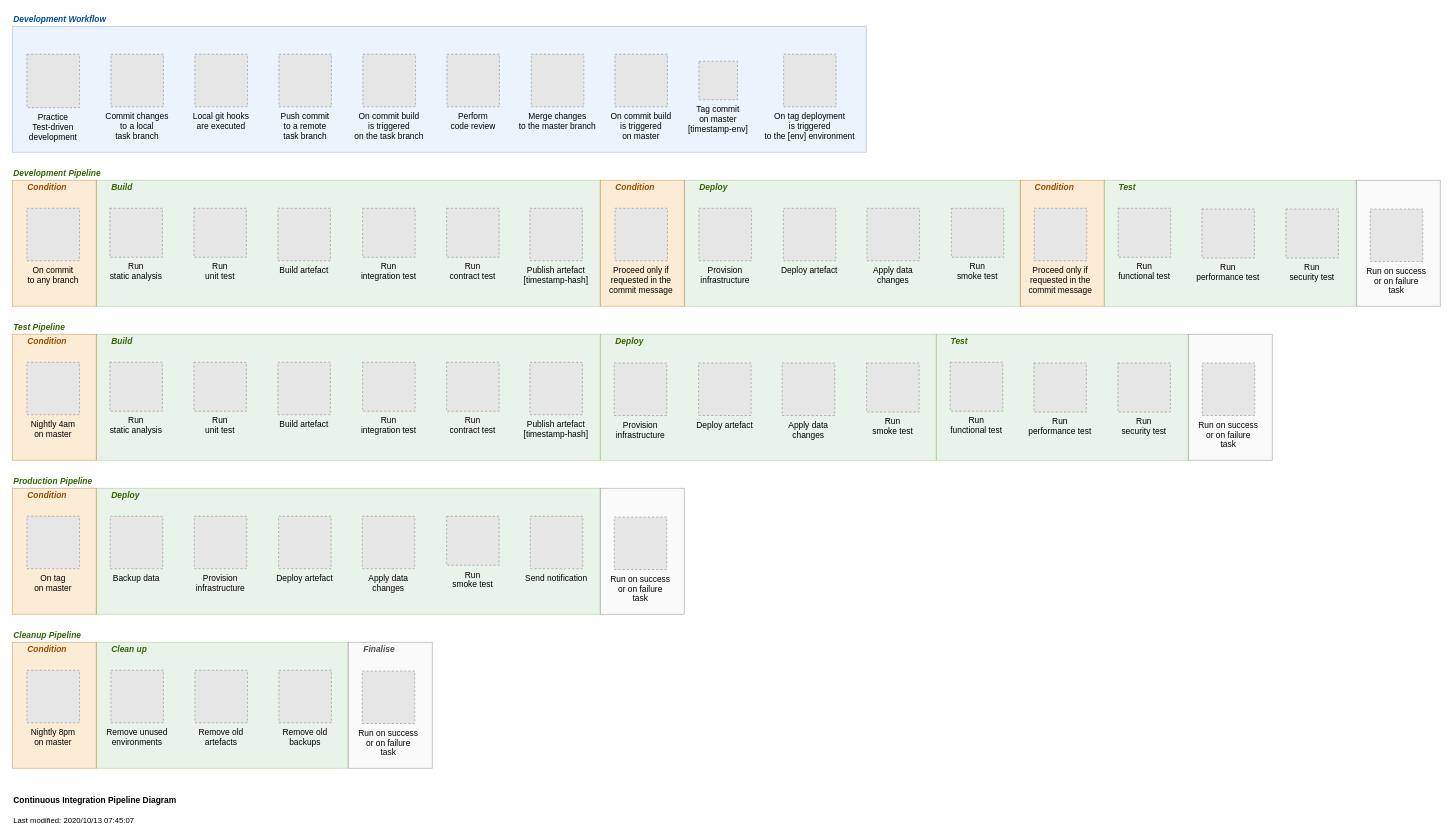
The draw.io diagram page "Pipelines" (1 of 2) of documentation/DevOps.drawio in nhs-england-tools/make-devops, before the edit. Source tidied: cells renumbered, new cells numbered last; positions are measured from the earlier drawing's top-left corner, leaving out a move shared by most shapes. Both pictures are drawn from the tidied source at 70%, with x=0, y=0 at pixel (12, 12). Pictures stored in the file or linked from it are replaced by grey dashed boxes.
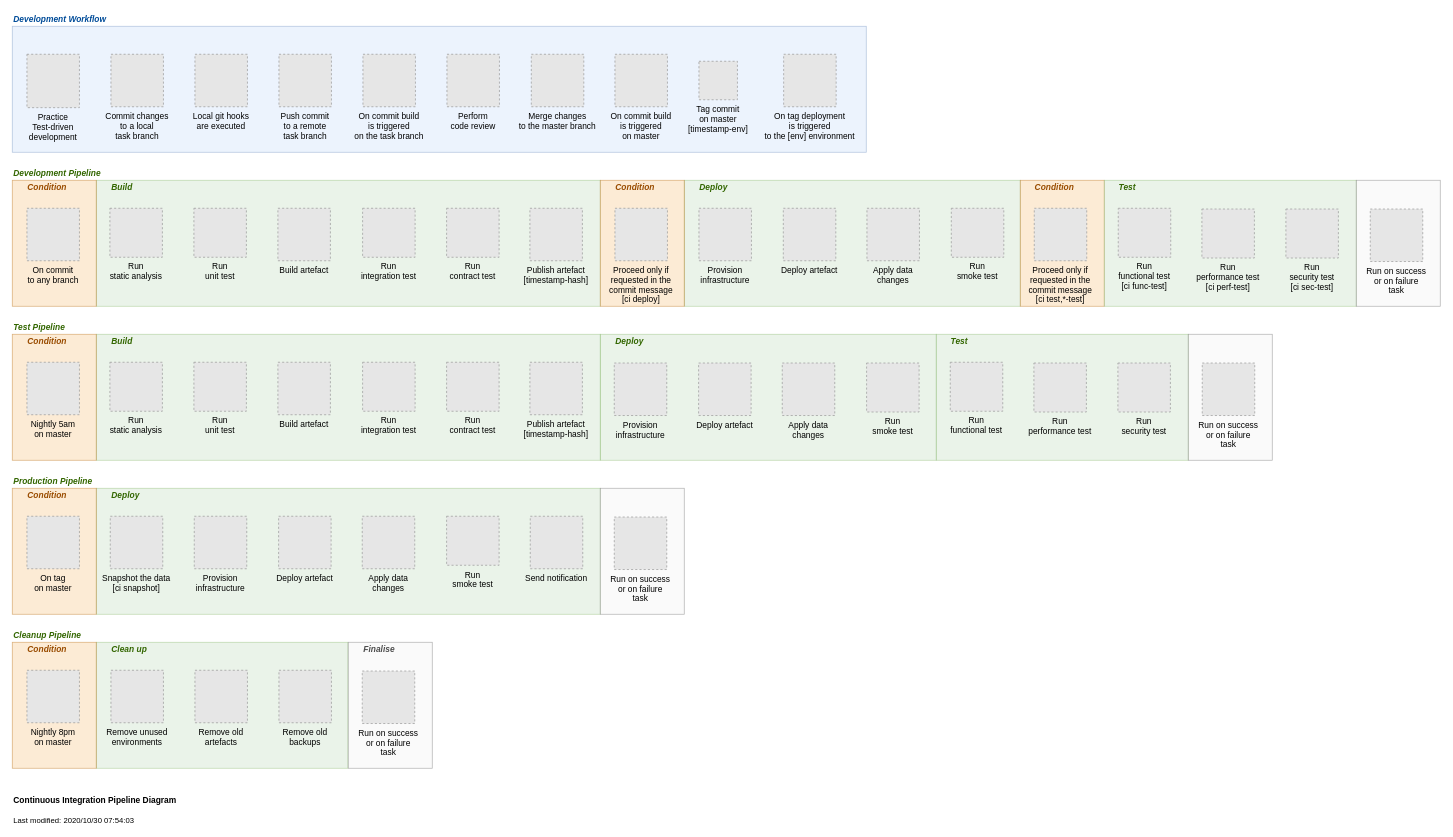
The same diagram, later.

Commit message (it also covers changes not shown here):
Move default test pipeline to 5am

Change to the diagram source:
```diff
@@
-    <mxCell id="22" value="Backup data" style="fillColor=#E6E6E6;strokeColor=#999999;dashed=1;verticalLabelPosition=bottom;labelBackgroundColor=none;verticalAlign=top;" parent="1" vertex="1">
+    <mxCell id="22" value="Snapshot the data&#10;[ci snapshot]" style="fillColor=#E6E6E6;strokeColor=#999999;dashed=1;verticalLabelPosition=bottom;labelBackgroundColor=none;verticalAlign=top;" parent="1" vertex="1">
       <mxGeometry x="140" y="720" width="75" height="75" as="geometry" />
     </mxCell>
@@
-    <mxCell id="37" value="Proceed only if&#10;requested in the&#10;commit message" style="fillColor=#E6E6E6;strokeColor=#999999;dashed=1;verticalLabelPosition=bottom;verticalAlign=top;" parent="1" vertex="1">
+    <mxCell id="37" value="Proceed only if&#10;requested in the&#10;commit message&#10;[ci deploy]" style="fillColor=#E6E6E6;strokeColor=#999999;dashed=1;verticalLabelPosition=bottom;verticalAlign=top;" parent="1" vertex="1">
       <mxGeometry x="861" y="280" width="75" height="75" as="geometry" />
     </mxCell>
@@
-    <mxCell id="40" value="Proceed only if&#10;requested in the&#10;commit message" style="fillColor=#E6E6E6;strokeColor=#999999;dashed=1;verticalLabelPosition=bottom;verticalAlign=top;" parent="1" vertex="1">
+    <mxCell id="40" value="Proceed only if&#10;requested in the&#10;commit message&#10;[ci test,*-test]" style="fillColor=#E6E6E6;strokeColor=#999999;dashed=1;verticalLabelPosition=bottom;verticalAlign=top;" parent="1" vertex="1">
       <mxGeometry x="1460" y="280" width="75" height="75" as="geometry" />
     </mxCell>
@@
-    <mxCell id="42" value="Run&#10;functional test" style="fillColor=#E6E6E6;strokeColor=#999999;dashed=1;verticalLabelPosition=bottom;labelBackgroundColor=none;verticalAlign=top;" parent="1" vertex="1">
+    <mxCell id="42" value="Run&#10;functional test&#10;[ci func-test]" style="fillColor=#E6E6E6;strokeColor=#999999;dashed=1;verticalLabelPosition=bottom;labelBackgroundColor=none;verticalAlign=top;" parent="1" vertex="1">
       <mxGeometry x="1580" y="280" width="75" height="70" as="geometry" />
     </mxCell>
-    <mxCell id="43" value="Run&#10;performance test" style="fillColor=#E6E6E6;strokeColor=#999999;dashed=1;verticalLabelPosition=bottom;labelBackgroundColor=none;verticalAlign=top;" parent="1" vertex="1">
+    <mxCell id="43" value="Run&#10;performance test&#10;[ci perf-test]" style="fillColor=#E6E6E6;strokeColor=#999999;dashed=1;verticalLabelPosition=bottom;labelBackgroundColor=none;verticalAlign=top;" parent="1" vertex="1">
       <mxGeometry x="1699.5" y="281.1" width="75" height="70" as="geometry" />
     </mxCell>
-    <mxCell id="44" value="Run&#10;security test" style="fillColor=#E6E6E6;strokeColor=#999999;dashed=1;verticalLabelPosition=bottom;labelBackgroundColor=none;verticalAlign=top;" parent="1" vertex="1">
+    <mxCell id="44" value="Run&#10;security test&#10;[ci sec-test]" style="fillColor=#E6E6E6;strokeColor=#999999;dashed=1;verticalLabelPosition=bottom;labelBackgroundColor=none;verticalAlign=top;" parent="1" vertex="1">
       <mxGeometry x="1819.5" y="281.1" width="75" height="70" as="geometry" />
     </mxCell>
@@
-    <mxCell id="70" value="Nightly 4am&#10;on master" style="fillColor=#E6E6E6;strokeColor=#999999;dashed=1;verticalLabelPosition=bottom;verticalAlign=top;" parent="1" vertex="1">
+    <mxCell id="70" value="Nightly 5am&#10;on master" style="fillColor=#E6E6E6;strokeColor=#999999;dashed=1;verticalLabelPosition=bottom;verticalAlign=top;" parent="1" vertex="1">
       <mxGeometry x="21" y="500" width="75" height="75" as="geometry" />
     </mxCell>
@@
-    <mxCell id="83" value="&lt;b&gt;Continuous Integration Pipeline Diagram&lt;/b&gt;&lt;br style=&quot;font-size: 11px&quot;&gt;&lt;font style=&quot;font-size: 11px&quot;&gt;&lt;br&gt;&lt;font style=&quot;font-size: 11px&quot;&gt;Last modified: 2020/10/13 07:45:07&lt;/font&gt;&lt;/font&gt;" style="text;html=1;strokeColor=none;fillColor=none;align=left;verticalAlign=middle;whiteSpace=wrap;rounded=0;" parent="1" vertex="1">
+    <mxCell id="83" value="&lt;b&gt;Continuous Integration Pipeline Diagram&lt;/b&gt;&lt;br style=&quot;font-size: 11px&quot;&gt;&lt;font style=&quot;font-size: 11px&quot;&gt;&lt;br&gt;&lt;font style=&quot;font-size: 11px&quot;&gt;Last modified: 2020/10/30 07:54:03&lt;/font&gt;&lt;/font&gt;" style="text;html=1;strokeColor=none;fillColor=none;align=left;verticalAlign=middle;whiteSpace=wrap;rounded=0;" parent="1" vertex="1">
       <mxGeometry y="1120" width="420" height="40" as="geometry" />
     </mxCell>
```
